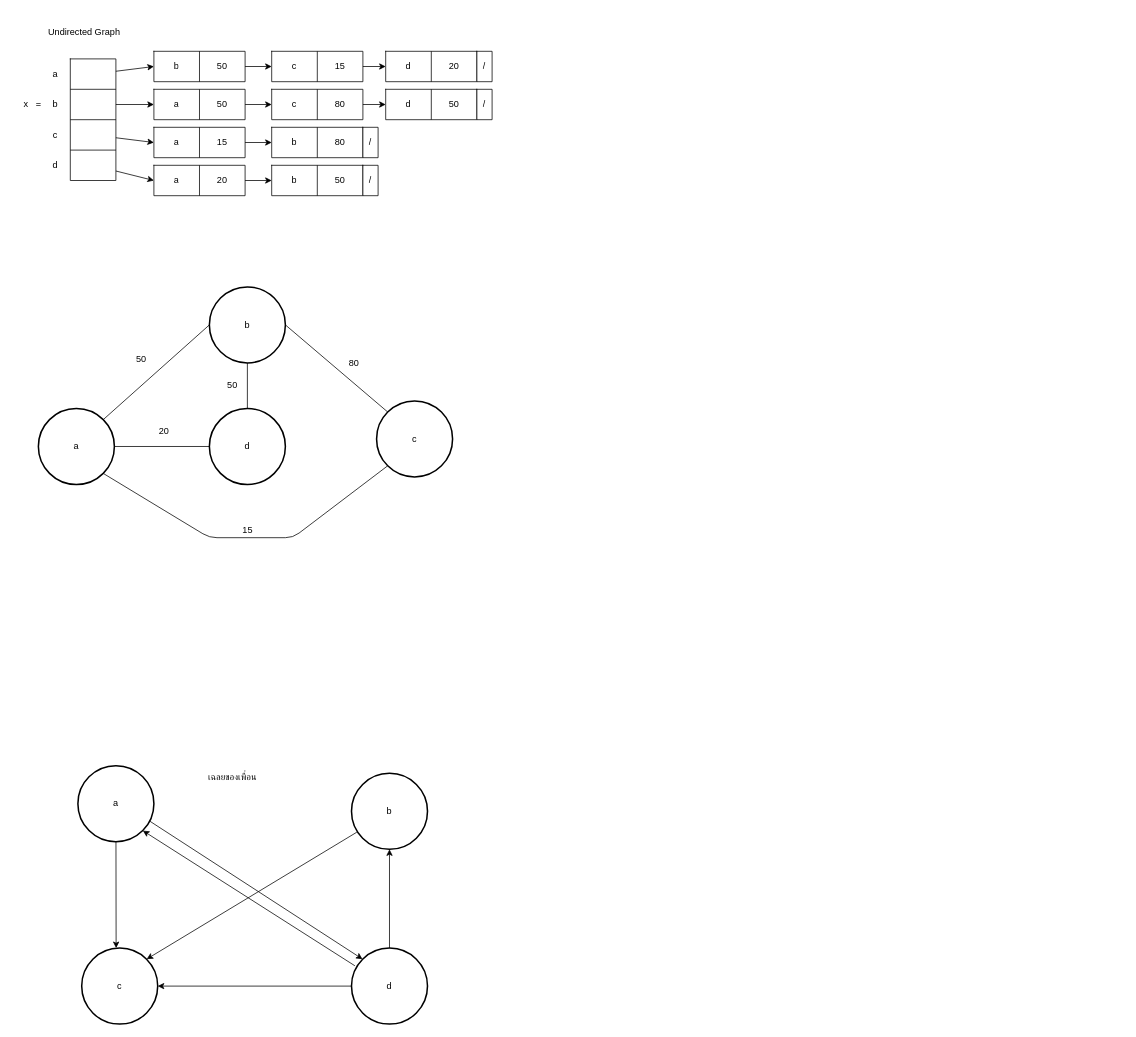
This is Chapter8/Adjacency List.drawio from ZonaphatINET/65-2_Problem-Solving, a draw.io file, before an edit. Source tidied: cells renumbered, new cells numbered last; positions are measured from the earlier drawing's top-left corner, leaving out a move shared by most shapes. Both pictures are drawn from the tidied source at 76%, with x=0, y=0 at pixel (13, 21).
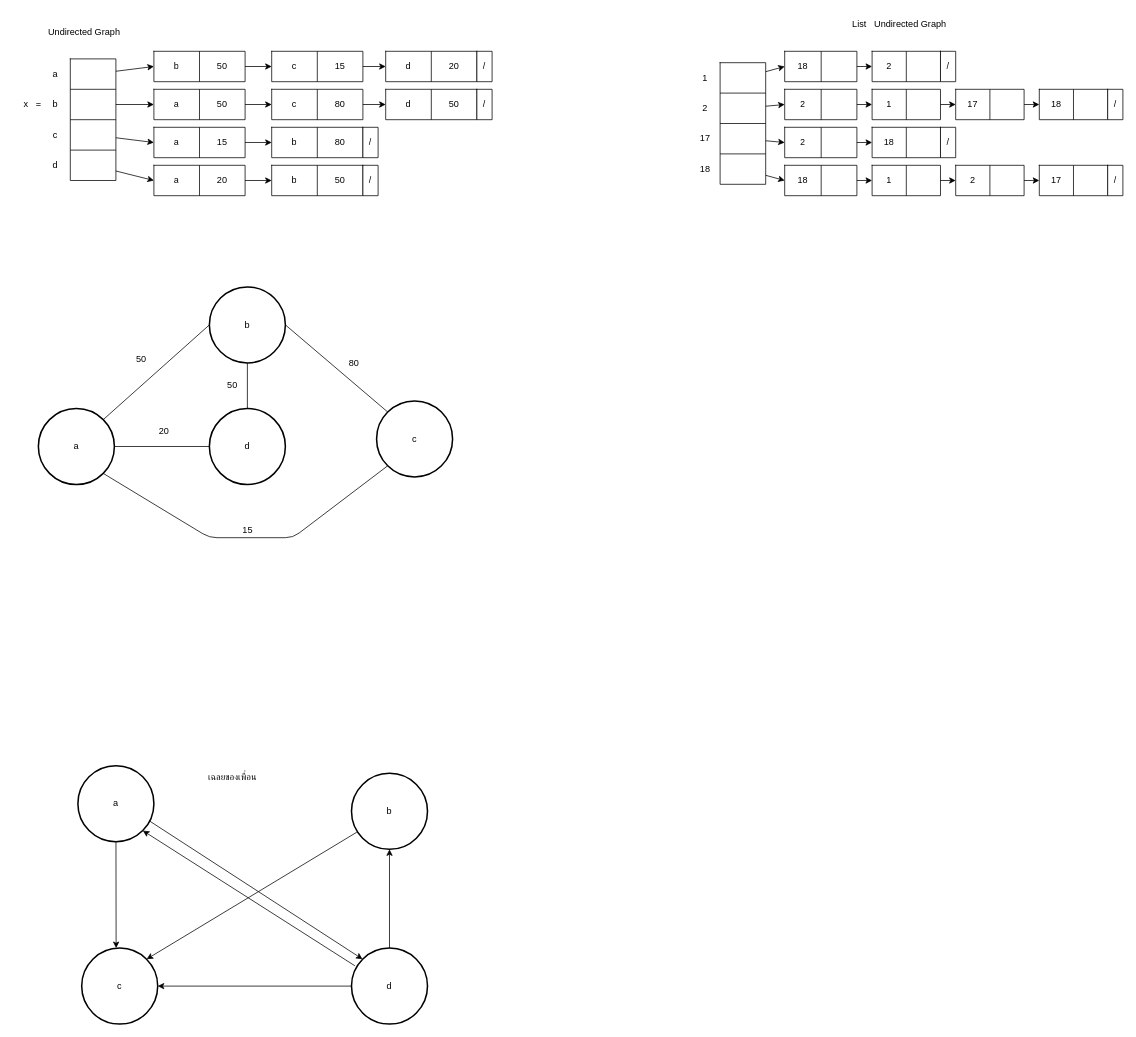
The same page after the edit.

Diff of the diagram source:
```diff
@@
+    <mxCell id="104" style="shape=table;startSize=0;childLayout=tableLayout;" parent="1" vertex="1">
+      <mxGeometry x="930" y="55" width="60" height="160" as="geometry" />
+    </mxCell>
+    <mxCell id="105" style="shape=tableRow;horizontal=0;startSize=0;swimlaneHead=0;swimlaneBody=0;top=0;left=0;bottom=0;right=0;fillColor=none;points=[[0,0.5],[1,0.5]];portConstraint=eastwest;" parent="104" vertex="1">
+      <mxGeometry width="60" height="40" as="geometry" />
+    </mxCell>
+    <mxCell id="106" style="shape=partialRectangle;html=1;whiteSpace=wrap;overflow=hidden;fillColor=none;top=0;left=0;bottom=0;right=0;" parent="105" vertex="1">
+      <mxGeometry width="60" height="40" as="geometry" />
+    </mxCell>
+    <mxCell id="107" style="shape=tableRow;horizontal=0;startSize=0;swimlaneHead=0;swimlaneBody=0;top=0;left=0;bottom=0;right=0;fillColor=none;points=[[0,0.5],[1,0.5]];portConstraint=eastwest;" parent="104" vertex="1">
+      <mxGeometry y="40" width="60" height="40" as="geometry" />
+    </mxCell>
+    <mxCell id="108" style="shape=partialRectangle;html=1;whiteSpace=wrap;overflow=hidden;fillColor=none;top=0;left=0;bottom=0;right=0;" parent="107" vertex="1">
+      <mxGeometry width="60" height="40" as="geometry" />
+    </mxCell>
+    <mxCell id="109" style="shape=tableRow;horizontal=0;startSize=0;swimlaneHead=0;swimlaneBody=0;top=0;left=0;bottom=0;right=0;fillColor=none;points=[[0,0.5],[1,0.5]];portConstraint=eastwest;" parent="104" vertex="1">
+      <mxGeometry y="80" width="60" height="40" as="geometry" />
+    </mxCell>
+    <mxCell id="110" style="shape=partialRectangle;html=1;whiteSpace=wrap;overflow=hidden;fillColor=none;top=0;left=0;bottom=0;right=0;" parent="109" vertex="1">
+      <mxGeometry width="60" height="40" as="geometry" />
+    </mxCell>
+    <mxCell id="111" style="shape=tableRow;horizontal=0;startSize=0;swimlaneHead=0;swimlaneBody=0;top=0;left=0;bottom=0;right=0;fillColor=none;points=[[0,0.5],[1,0.5]];portConstraint=eastwest;" parent="104" vertex="1">
+      <mxGeometry y="120" width="60" height="40" as="geometry" />
+    </mxCell>
+    <mxCell id="112" style="shape=partialRectangle;html=1;whiteSpace=wrap;overflow=hidden;fillColor=none;top=0;left=0;bottom=0;right=0;" parent="111" vertex="1">
+      <mxGeometry width="60" height="40" as="geometry" />
+    </mxCell>
+    <mxCell id="113" value="1" style="text;html=1;align=center;verticalAlign=middle;strokeColor=none;fillColor=none;" parent="1" vertex="1">
+      <mxGeometry x="895" y="60" width="30" height="30" as="geometry" />
+    </mxCell>
+    <mxCell id="114" value="2" style="text;html=1;align=center;verticalAlign=middle;strokeColor=none;fillColor=none;" parent="1" vertex="1">
+      <mxGeometry x="895" y="100" width="30" height="30" as="geometry" />
+    </mxCell>
+    <mxCell id="115" value="17" style="text;html=1;align=center;verticalAlign=middle;strokeColor=none;fillColor=none;" parent="1" vertex="1">
+      <mxGeometry x="890" y="140" width="40" height="30" as="geometry" />
+    </mxCell>
+    <mxCell id="116" value="18" style="text;html=1;align=center;verticalAlign=middle;strokeColor=none;fillColor=none;" parent="1" vertex="1">
+      <mxGeometry x="890" y="180" width="40" height="30" as="geometry" />
+    </mxCell>
+    <mxCell id="117" style="shape=table;startSize=0;childLayout=tableLayout;" parent="1" vertex="1">
+      <mxGeometry x="1015" y="40" width="95" height="40" as="geometry" />
+    </mxCell>
+    <mxCell id="118" style="shape=tableRow;horizontal=0;startSize=0;swimlaneHead=0;swimlaneBody=0;top=0;left=0;bottom=0;right=0;fillColor=none;points=[[0,0.5],[1,0.5]];portConstraint=eastwest;" parent="117" vertex="1">
+      <mxGeometry width="95" height="40" as="geometry" />
+    </mxCell>
+    <mxCell id="119" value="18" style="shape=partialRectangle;html=1;whiteSpace=wrap;overflow=hidden;fillColor=none;top=0;left=0;bottom=0;right=0;" parent="118" vertex="1">
+      <mxGeometry width="48" height="40" as="geometry" />
+    </mxCell>
+    <mxCell id="120" style="shape=partialRectangle;html=1;whiteSpace=wrap;overflow=hidden;fillColor=none;top=0;left=0;bottom=0;right=0;" parent="118" vertex="1">
+      <mxGeometry x="48" width="47" height="40" as="geometry" />
+    </mxCell>
+    <mxCell id="121" style="shape=table;startSize=0;childLayout=tableLayout;" parent="1" vertex="1">
+      <mxGeometry x="1015" y="140" width="95" height="40" as="geometry" />
+    </mxCell>
+    <mxCell id="122" style="shape=tableRow;horizontal=0;startSize=0;swimlaneHead=0;swimlaneBody=0;top=0;left=0;bottom=0;right=0;fillColor=none;points=[[0,0.5],[1,0.5]];portConstraint=eastwest;" parent="121" vertex="1">
+      <mxGeometry width="95" height="40" as="geometry" />
+    </mxCell>
+    <mxCell id="123" value="2" style="shape=partialRectangle;html=1;whiteSpace=wrap;overflow=hidden;fillColor=none;top=0;left=0;bottom=0;right=0;" parent="122" vertex="1">
+      <mxGeometry width="48" height="40" as="geometry" />
+    </mxCell>
+    <mxCell id="124" style="shape=partialRectangle;html=1;whiteSpace=wrap;overflow=hidden;fillColor=none;top=0;left=0;bottom=0;right=0;" parent="122" vertex="1">
+      <mxGeometry x="48" width="47" height="40" as="geometry" />
+    </mxCell>
+    <mxCell id="125" style="shape=table;startSize=0;childLayout=tableLayout;" parent="1" vertex="1">
+      <mxGeometry x="1130" y="90" width="90" height="40" as="geometry" />
+    </mxCell>
+    <mxCell id="126" style="shape=tableRow;horizontal=0;startSize=0;swimlaneHead=0;swimlaneBody=0;top=0;left=0;bottom=0;right=0;fillColor=none;points=[[0,0.5],[1,0.5]];portConstraint=eastwest;" parent="125" vertex="1">
+      <mxGeometry width="90" height="40" as="geometry" />
+    </mxCell>
+    <mxCell id="127" value="1" style="shape=partialRectangle;html=1;whiteSpace=wrap;overflow=hidden;fillColor=none;top=0;left=0;bottom=0;right=0;" parent="126" vertex="1">
+      <mxGeometry width="45" height="40" as="geometry" />
+    </mxCell>
+    <mxCell id="128" style="shape=partialRectangle;html=1;whiteSpace=wrap;overflow=hidden;fillColor=none;top=0;left=0;bottom=0;right=0;" parent="126" vertex="1">
+      <mxGeometry x="45" width="45" height="40" as="geometry" />
+    </mxCell>
+    <mxCell id="129" style="shape=table;startSize=0;childLayout=tableLayout;" parent="1" vertex="1">
+      <mxGeometry x="1130" y="40" width="90" height="40" as="geometry" />
+    </mxCell>
+    <mxCell id="130" style="shape=tableRow;horizontal=0;startSize=0;swimlaneHead=0;swimlaneBody=0;top=0;left=0;bottom=0;right=0;fillColor=none;points=[[0,0.5],[1,0.5]];portConstraint=eastwest;" parent="129" vertex="1">
+      <mxGeometry width="90" height="40" as="geometry" />
+    </mxCell>
+    <mxCell id="131" value="2" style="shape=partialRectangle;html=1;whiteSpace=wrap;overflow=hidden;fillColor=none;top=0;left=0;bottom=0;right=0;" parent="130" vertex="1">
+      <mxGeometry width="45" height="40" as="geometry" />
+    </mxCell>
+    <mxCell id="132" style="shape=partialRectangle;html=1;whiteSpace=wrap;overflow=hidden;fillColor=none;top=0;left=0;bottom=0;right=0;" parent="130" vertex="1">
+      <mxGeometry x="45" width="45" height="40" as="geometry" />
+    </mxCell>
+    <mxCell id="133" style="shape=table;startSize=0;childLayout=tableLayout;" parent="1" vertex="1">
+      <mxGeometry x="1240" y="90" width="90" height="40" as="geometry" />
+    </mxCell>
+    <mxCell id="134" style="shape=tableRow;horizontal=0;startSize=0;swimlaneHead=0;swimlaneBody=0;top=0;left=0;bottom=0;right=0;fillColor=none;points=[[0,0.5],[1,0.5]];portConstraint=eastwest;" parent="133" vertex="1">
+      <mxGeometry width="90" height="40" as="geometry" />
+    </mxCell>
+    <mxCell id="135" value="17" style="shape=partialRectangle;html=1;whiteSpace=wrap;overflow=hidden;fillColor=none;top=0;left=0;bottom=0;right=0;" parent="134" vertex="1">
+      <mxGeometry width="45" height="40" as="geometry" />
+    </mxCell>
+    <mxCell id="136" style="shape=partialRectangle;html=1;whiteSpace=wrap;overflow=hidden;fillColor=none;top=0;left=0;bottom=0;right=0;" parent="134" vertex="1">
+      <mxGeometry x="45" width="45" height="40" as="geometry" />
+    </mxCell>
+    <mxCell id="137" style="edgeStyle=none;html=1;entryX=0;entryY=0.5;entryDx=0;entryDy=0;exitX=1;exitY=0.5;exitDx=0;exitDy=0;" parent="1" edge="1" source="126" target="134">
+      <mxGeometry relative="1" as="geometry" />
+    </mxCell>
+    <mxCell id="138" style="edgeStyle=none;html=1;entryX=0;entryY=0.5;entryDx=0;entryDy=0;" parent="1" edge="1" source="118" target="130">
+      <mxGeometry relative="1" as="geometry" />
+    </mxCell>
+    <mxCell id="139" style="edgeStyle=none;html=1;entryX=0;entryY=0.5;entryDx=0;entryDy=0;" parent="1" edge="1" source="105" target="118">
+      <mxGeometry relative="1" as="geometry" />
+    </mxCell>
+    <mxCell id="140" style="edgeStyle=none;html=1;entryX=0;entryY=0.5;entryDx=0;entryDy=0;" parent="1" edge="1" source="109" target="122">
+      <mxGeometry relative="1" as="geometry" />
+    </mxCell>
+    <mxCell id="141" style="edgeStyle=none;html=1;entryX=0;entryY=0.5;entryDx=0;entryDy=0;" parent="1" edge="1" source="111">
+      <mxGeometry relative="1" as="geometry">
+        <mxPoint x="1015" y="210" as="targetPoint" />
+      </mxGeometry>
+    </mxCell>
+    <mxCell id="142" style="shape=table;startSize=0;childLayout=tableLayout;" parent="1" vertex="1">
+      <mxGeometry x="1015" y="90" width="95" height="40" as="geometry" />
+    </mxCell>
+    <mxCell id="143" style="shape=tableRow;horizontal=0;startSize=0;swimlaneHead=0;swimlaneBody=0;top=0;left=0;bottom=0;right=0;fillColor=none;points=[[0,0.5],[1,0.5]];portConstraint=eastwest;" parent="142" vertex="1">
+      <mxGeometry width="95" height="40" as="geometry" />
+    </mxCell>
+    <mxCell id="144" value="2" style="shape=partialRectangle;html=1;whiteSpace=wrap;overflow=hidden;fillColor=none;top=0;left=0;bottom=0;right=0;" parent="143" vertex="1">
+      <mxGeometry width="48" height="40" as="geometry" />
+    </mxCell>
+    <mxCell id="145" style="shape=partialRectangle;html=1;whiteSpace=wrap;overflow=hidden;fillColor=none;top=0;left=0;bottom=0;right=0;" parent="143" vertex="1">
+      <mxGeometry x="48" width="47" height="40" as="geometry" />
+    </mxCell>
+    <mxCell id="146" style="edgeStyle=none;html=1;entryX=0;entryY=0.5;entryDx=0;entryDy=0;" parent="1" edge="1" source="107" target="143">
+      <mxGeometry relative="1" as="geometry" />
+    </mxCell>
+    <mxCell id="147" style="edgeStyle=none;html=1;entryX=0;entryY=0.5;entryDx=0;entryDy=0;" parent="1" edge="1" source="143" target="126">
+      <mxGeometry relative="1" as="geometry" />
+    </mxCell>
+    <mxCell id="148" style="shape=table;startSize=0;childLayout=tableLayout;" parent="1" vertex="1">
+      <mxGeometry x="1130" y="140" width="90" height="40" as="geometry" />
+    </mxCell>
+    <mxCell id="149" style="shape=tableRow;horizontal=0;startSize=0;swimlaneHead=0;swimlaneBody=0;top=0;left=0;bottom=0;right=0;fillColor=none;points=[[0,0.5],[1,0.5]];portConstraint=eastwest;" parent="148" vertex="1">
+      <mxGeometry width="90" height="40" as="geometry" />
+    </mxCell>
+    <mxCell id="150" value="18" style="shape=partialRectangle;html=1;whiteSpace=wrap;overflow=hidden;fillColor=none;top=0;left=0;bottom=0;right=0;" parent="149" vertex="1">
+      <mxGeometry width="45" height="40" as="geometry" />
+    </mxCell>
+    <mxCell id="151" style="shape=partialRectangle;html=1;whiteSpace=wrap;overflow=hidden;fillColor=none;top=0;left=0;bottom=0;right=0;" parent="149" vertex="1">
+      <mxGeometry x="45" width="45" height="40" as="geometry" />
+    </mxCell>
+    <mxCell id="152" style="edgeStyle=none;html=1;entryX=0;entryY=0.5;entryDx=0;entryDy=0;endArrow=classic;endFill=1;" parent="1" edge="1" source="122" target="149">
+      <mxGeometry relative="1" as="geometry" />
+    </mxCell>
+    <mxCell id="153" style="shape=table;startSize=0;childLayout=tableLayout;" parent="1" vertex="1">
+      <mxGeometry x="1015" y="190" width="95" height="40" as="geometry" />
+    </mxCell>
+    <mxCell id="154" style="shape=tableRow;horizontal=0;startSize=0;swimlaneHead=0;swimlaneBody=0;top=0;left=0;bottom=0;right=0;fillColor=none;points=[[0,0.5],[1,0.5]];portConstraint=eastwest;" parent="153" vertex="1">
+      <mxGeometry width="95" height="40" as="geometry" />
+    </mxCell>
+    <mxCell id="155" value="18" style="shape=partialRectangle;html=1;whiteSpace=wrap;overflow=hidden;fillColor=none;top=0;left=0;bottom=0;right=0;" parent="154" vertex="1">
+      <mxGeometry width="48" height="40" as="geometry" />
+    </mxCell>
+    <mxCell id="156" style="shape=partialRectangle;html=1;whiteSpace=wrap;overflow=hidden;fillColor=none;top=0;left=0;bottom=0;right=0;" parent="154" vertex="1">
+      <mxGeometry x="48" width="47" height="40" as="geometry" />
+    </mxCell>
+    <mxCell id="157" style="edgeStyle=none;html=1;entryX=0;entryY=0.5;entryDx=0;entryDy=0;endArrow=classic;endFill=1;" parent="1" edge="1" source="154" target="173">
+      <mxGeometry relative="1" as="geometry" />
+    </mxCell>
+    <mxCell id="158" style="shape=table;startSize=0;childLayout=tableLayout;" parent="1" vertex="1">
+      <mxGeometry x="1220" y="140" width="20" height="40" as="geometry" />
+    </mxCell>
+    <mxCell id="159" style="shape=tableRow;horizontal=0;startSize=0;swimlaneHead=0;swimlaneBody=0;top=0;left=0;bottom=0;right=0;fillColor=none;" parent="158" vertex="1">
+      <mxGeometry width="20" height="40" as="geometry" />
+    </mxCell>
+    <mxCell id="160" value="/" style="shape=partialRectangle;html=1;whiteSpace=wrap;overflow=hidden;fillColor=none;top=0;left=0;bottom=0;right=0;" parent="159" vertex="1">
+      <mxGeometry width="20" height="40" as="geometry" />
+    </mxCell>
+    <mxCell id="161" style="shape=table;startSize=0;childLayout=tableLayout;" parent="1" vertex="1">
+      <mxGeometry x="1220" y="40" width="20" height="40" as="geometry" />
+    </mxCell>
+    <mxCell id="162" style="shape=tableRow;horizontal=0;startSize=0;swimlaneHead=0;swimlaneBody=0;top=0;left=0;bottom=0;right=0;fillColor=none;" parent="161" vertex="1">
+      <mxGeometry width="20" height="40" as="geometry" />
+    </mxCell>
+    <mxCell id="163" value="/" style="shape=partialRectangle;html=1;whiteSpace=wrap;overflow=hidden;fillColor=none;top=0;left=0;bottom=0;right=0;" parent="162" vertex="1">
+      <mxGeometry width="20" height="40" as="geometry" />
+    </mxCell>
+    <mxCell id="164" style="shape=table;startSize=0;childLayout=tableLayout;" parent="1" vertex="1">
+      <mxGeometry x="1350" y="90" width="90" height="40" as="geometry" />
+    </mxCell>
+    <mxCell id="165" style="shape=tableRow;horizontal=0;startSize=0;swimlaneHead=0;swimlaneBody=0;top=0;left=0;bottom=0;right=0;fillColor=none;points=[[0,0.5],[1,0.5]];portConstraint=eastwest;" parent="164" vertex="1">
+      <mxGeometry width="90" height="40" as="geometry" />
+    </mxCell>
+    <mxCell id="166" value="18" style="shape=partialRectangle;html=1;whiteSpace=wrap;overflow=hidden;fillColor=none;top=0;left=0;bottom=0;right=0;" parent="165" vertex="1">
+      <mxGeometry width="45" height="40" as="geometry" />
+    </mxCell>
+    <mxCell id="167" style="shape=partialRectangle;html=1;whiteSpace=wrap;overflow=hidden;fillColor=none;top=0;left=0;bottom=0;right=0;" parent="165" vertex="1">
+      <mxGeometry x="45" width="45" height="40" as="geometry" />
+    </mxCell>
+    <mxCell id="168" style="shape=table;startSize=0;childLayout=tableLayout;" parent="1" vertex="1">
+      <mxGeometry x="1440" y="90" width="20" height="40" as="geometry" />
+    </mxCell>
+    <mxCell id="169" style="shape=tableRow;horizontal=0;startSize=0;swimlaneHead=0;swimlaneBody=0;top=0;left=0;bottom=0;right=0;fillColor=none;" parent="168" vertex="1">
+      <mxGeometry width="20" height="40" as="geometry" />
+    </mxCell>
+    <mxCell id="170" value="/" style="shape=partialRectangle;html=1;whiteSpace=wrap;overflow=hidden;fillColor=none;top=0;left=0;bottom=0;right=0;" parent="169" vertex="1">
+      <mxGeometry width="20" height="40" as="geometry" />
+    </mxCell>
+    <mxCell id="171" style="edgeStyle=none;html=1;entryX=0;entryY=0.5;entryDx=0;entryDy=0;" parent="1" edge="1" source="134" target="165">
+      <mxGeometry relative="1" as="geometry" />
+    </mxCell>
+    <mxCell id="172" style="shape=table;startSize=0;childLayout=tableLayout;" parent="1" vertex="1">
+      <mxGeometry x="1130" y="190" width="90" height="40" as="geometry" />
+    </mxCell>
+    <mxCell id="173" style="shape=tableRow;horizontal=0;startSize=0;swimlaneHead=0;swimlaneBody=0;top=0;left=0;bottom=0;right=0;fillColor=none;points=[[0,0.5],[1,0.5]];portConstraint=eastwest;" parent="172" vertex="1">
+      <mxGeometry width="90" height="40" as="geometry" />
+    </mxCell>
+    <mxCell id="174" value="1" style="shape=partialRectangle;html=1;whiteSpace=wrap;overflow=hidden;fillColor=none;top=0;left=0;bottom=0;right=0;" parent="173" vertex="1">
+      <mxGeometry width="45" height="40" as="geometry" />
+    </mxCell>
+    <mxCell id="175" style="shape=partialRectangle;html=1;whiteSpace=wrap;overflow=hidden;fillColor=none;top=0;left=0;bottom=0;right=0;" parent="173" vertex="1">
+      <mxGeometry x="45" width="45" height="40" as="geometry" />
+    </mxCell>
+    <mxCell id="176" style="shape=table;startSize=0;childLayout=tableLayout;" parent="1" vertex="1">
+      <mxGeometry x="1240" y="190" width="90" height="40" as="geometry" />
+    </mxCell>
+    <mxCell id="177" style="shape=tableRow;horizontal=0;startSize=0;swimlaneHead=0;swimlaneBody=0;top=0;left=0;bottom=0;right=0;fillColor=none;points=[[0,0.5],[1,0.5]];portConstraint=eastwest;" parent="176" vertex="1">
+      <mxGeometry width="90" height="40" as="geometry" />
+    </mxCell>
+    <mxCell id="178" value="2" style="shape=partialRectangle;html=1;whiteSpace=wrap;overflow=hidden;fillColor=none;top=0;left=0;bottom=0;right=0;" parent="177" vertex="1">
+      <mxGeometry width="45" height="40" as="geometry" />
+    </mxCell>
+    <mxCell id="179" style="shape=partialRectangle;html=1;whiteSpace=wrap;overflow=hidden;fillColor=none;top=0;left=0;bottom=0;right=0;" parent="177" vertex="1">
+      <mxGeometry x="45" width="45" height="40" as="geometry" />
+    </mxCell>
+    <mxCell id="180" style="edgeStyle=none;html=1;entryX=0;entryY=0.5;entryDx=0;entryDy=0;exitX=1;exitY=0.5;exitDx=0;exitDy=0;" parent="1" edge="1" source="173" target="177">
+      <mxGeometry relative="1" as="geometry" />
+    </mxCell>
+    <mxCell id="181" style="shape=table;startSize=0;childLayout=tableLayout;" parent="1" vertex="1">
+      <mxGeometry x="1350" y="190" width="90" height="40" as="geometry" />
+    </mxCell>
+    <mxCell id="182" style="shape=tableRow;horizontal=0;startSize=0;swimlaneHead=0;swimlaneBody=0;top=0;left=0;bottom=0;right=0;fillColor=none;points=[[0,0.5],[1,0.5]];portConstraint=eastwest;" parent="181" vertex="1">
+      <mxGeometry width="90" height="40" as="geometry" />
+    </mxCell>
+    <mxCell id="183" value="17" style="shape=partialRectangle;html=1;whiteSpace=wrap;overflow=hidden;fillColor=none;top=0;left=0;bottom=0;right=0;" parent="182" vertex="1">
+      <mxGeometry width="45" height="40" as="geometry" />
+    </mxCell>
+    <mxCell id="184" style="shape=partialRectangle;html=1;whiteSpace=wrap;overflow=hidden;fillColor=none;top=0;left=0;bottom=0;right=0;" parent="182" vertex="1">
+      <mxGeometry x="45" width="45" height="40" as="geometry" />
+    </mxCell>
+    <mxCell id="185" style="shape=table;startSize=0;childLayout=tableLayout;" parent="1" vertex="1">
+      <mxGeometry x="1440" y="190" width="20" height="40" as="geometry" />
+    </mxCell>
+    <mxCell id="186" style="shape=tableRow;horizontal=0;startSize=0;swimlaneHead=0;swimlaneBody=0;top=0;left=0;bottom=0;right=0;fillColor=none;" parent="185" vertex="1">
+      <mxGeometry width="20" height="40" as="geometry" />
+    </mxCell>
+    <mxCell id="187" value="/" style="shape=partialRectangle;html=1;whiteSpace=wrap;overflow=hidden;fillColor=none;top=0;left=0;bottom=0;right=0;" parent="186" vertex="1">
+      <mxGeometry width="20" height="40" as="geometry" />
+    </mxCell>
+    <mxCell id="188" style="edgeStyle=none;html=1;entryX=0;entryY=0.5;entryDx=0;entryDy=0;" parent="1" edge="1" source="177" target="182">
+      <mxGeometry relative="1" as="geometry" />
+    </mxCell>
+    <mxCell id="189" value="Undirected Graph" style="text;html=1;align=center;verticalAlign=middle;strokeColor=none;fillColor=none;" parent="1" vertex="1">
+      <mxGeometry x="1120" y="-10" width="120" height="30" as="geometry" />
+    </mxCell>
+    <mxCell id="190" value="List" style="text;html=1;align=center;verticalAlign=middle;strokeColor=none;fillColor=none;" parent="1" vertex="1">
+      <mxGeometry x="1092.5" y="-10" width="40" height="30" as="geometry" />
+    </mxCell>
```
